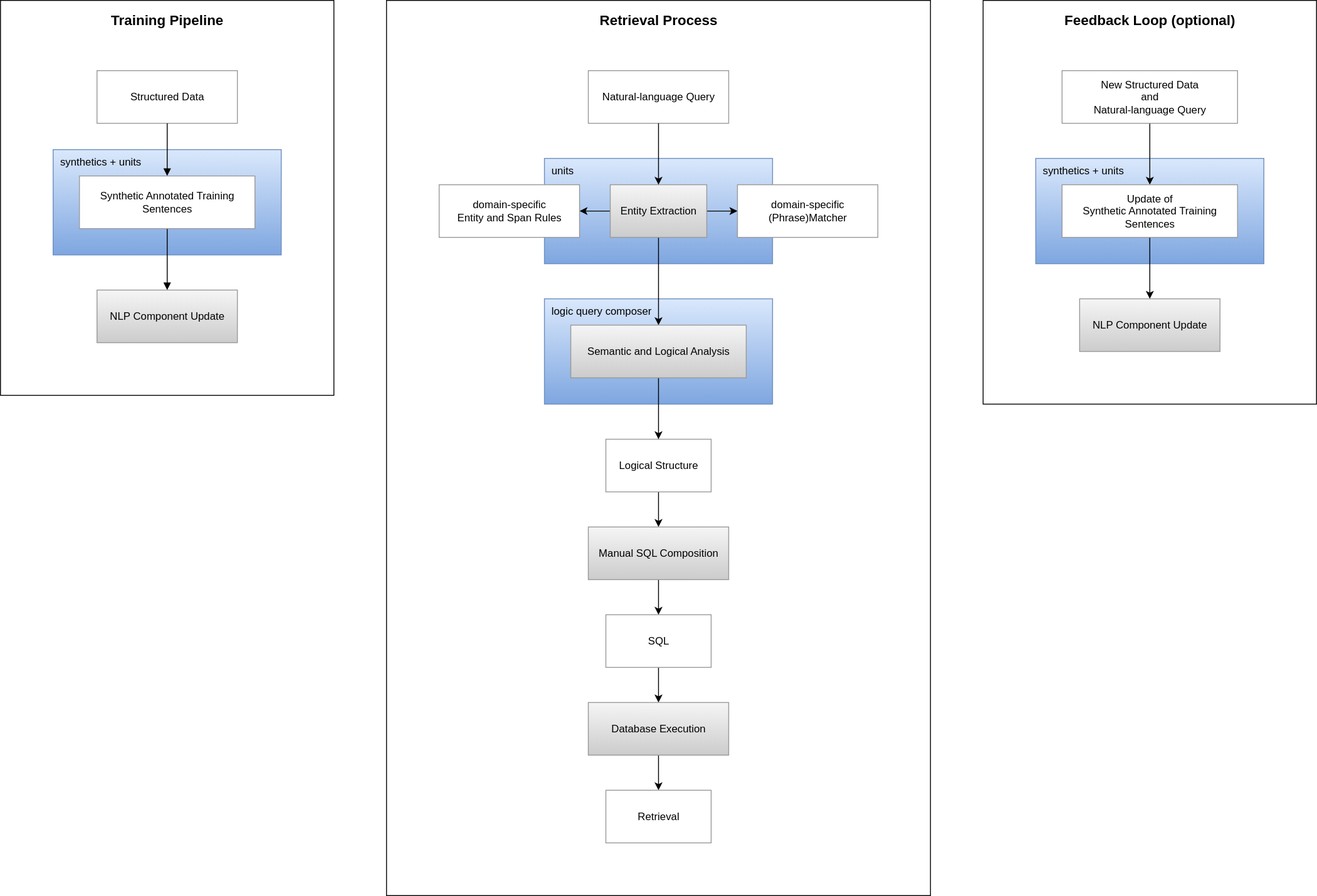
seanox/seanox-ai-nlp keeps this draw.io diagram as assets/retrieval-process.svg. Above is the earlier version. Source tidied: cells renumbered, new cells last; positions are measured from the earlier drawing's top-left corner, leaving out a move shared by most shapes.
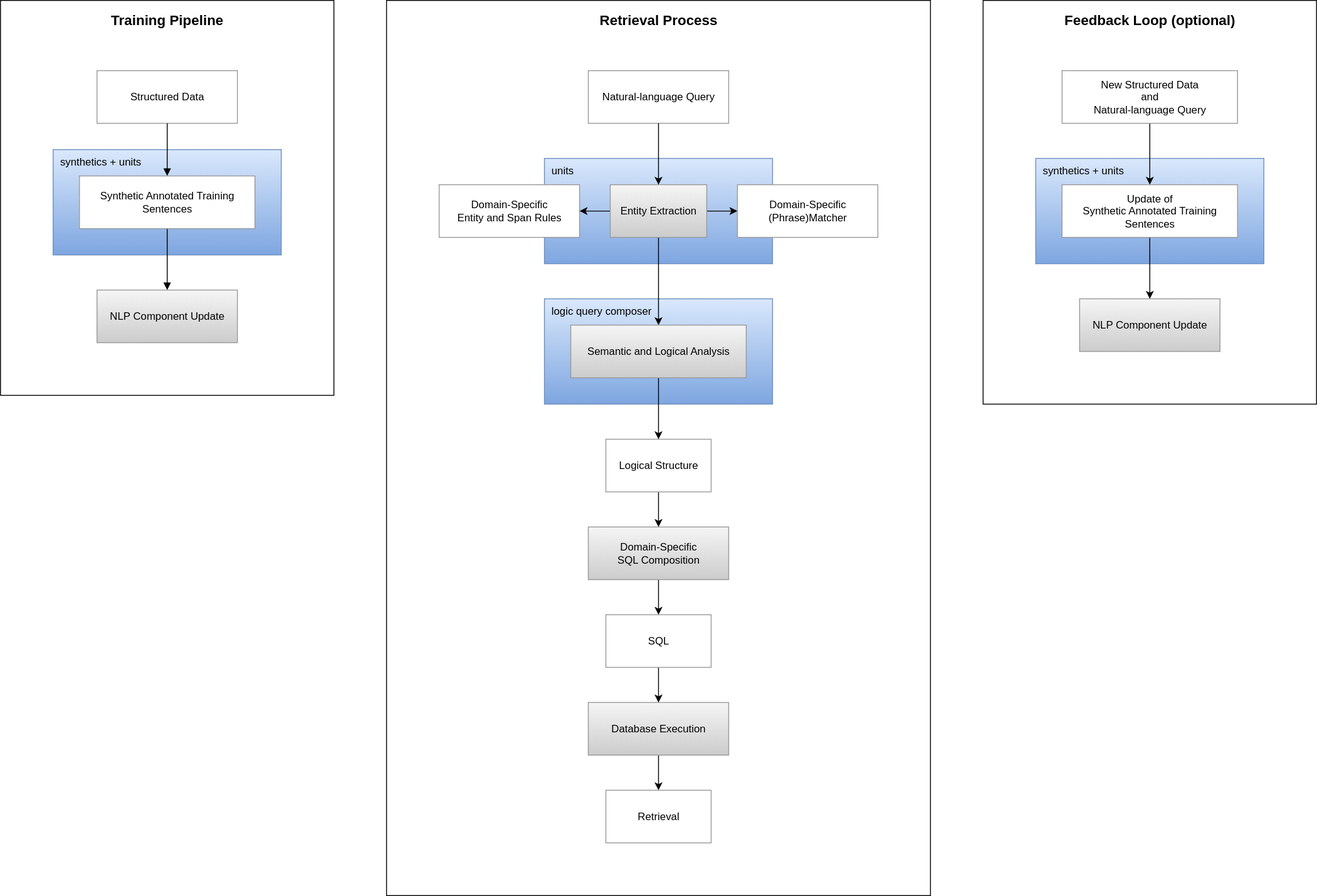
Above is the later version.

The edit, as a diff of the source:
```diff
@@ -23,7 +23,7 @@
     <mxCell id="8" style="edgeStyle=orthogonalEdgeStyle;rounded=0;jettySize=auto;html=1;fontFamily=Helvetica;fontSize=12;fontColor=default;" parent="1" edge="1" source="9" target="11">
       <mxGeometry relative="1" as="geometry" />
     </mxCell>
-    <mxCell id="9" value="Manual SQL Composition" style="whiteSpace=wrap;strokeWidth=1;fillColor=#f5f5f5;gradientColor=#CCCCCC;strokeColor=#999999;" parent="1" vertex="1">
+    <mxCell id="9" value="Domain-Specific &#10;SQL Composition" style="whiteSpace=wrap;strokeWidth=1;fillColor=#f5f5f5;gradientColor=#CCCCCC;strokeColor=#999999;" parent="1" vertex="1">
       <mxGeometry x="670" y="600" width="160" height="60" as="geometry" />
     </mxCell>
     <mxCell id="10" style="edgeStyle=orthogonalEdgeStyle;rounded=0;jettySize=auto;html=1;fontFamily=Helvetica;fontSize=12;fontColor=default;" parent="1" edge="1" source="11" target="13">
@@ -104,10 +104,10 @@
     <mxCell id="35" style="edgeStyle=orthogonalEdgeStyle;rounded=0;jettySize=auto;html=1;entryX=0.5;entryY=0;entryDx=0;entryDy=0;fontFamily=Helvetica;fontSize=12;fontColor=default;" parent="1" edge="1" source="34" target="23">
       <mxGeometry relative="1" as="geometry" />
     </mxCell>
-    <mxCell id="36" value="domain-specific&#10;Entity and Span Rules" style="whiteSpace=wrap;strokeWidth=1;strokeColor=#999999;" parent="1" vertex="1">
+    <mxCell id="36" value="Domain-Specific &#10;Entity and Span Rules" style="whiteSpace=wrap;strokeWidth=1;strokeColor=#999999;" parent="1" vertex="1">
       <mxGeometry x="500" y="210" width="160" height="60" as="geometry" />
     </mxCell>
-    <mxCell id="37" value="domain-specific&#10;(Phrase)Matcher" style="whiteSpace=wrap;strokeWidth=1;strokeColor=#999999;" parent="1" vertex="1">
+    <mxCell id="37" value="Domain-Specific &#10;(Phrase)Matcher" style="whiteSpace=wrap;strokeWidth=1;strokeColor=#999999;" parent="1" vertex="1">
       <mxGeometry x="840" y="210" width="160" height="60" as="geometry" />
     </mxCell>
   </root>
```
